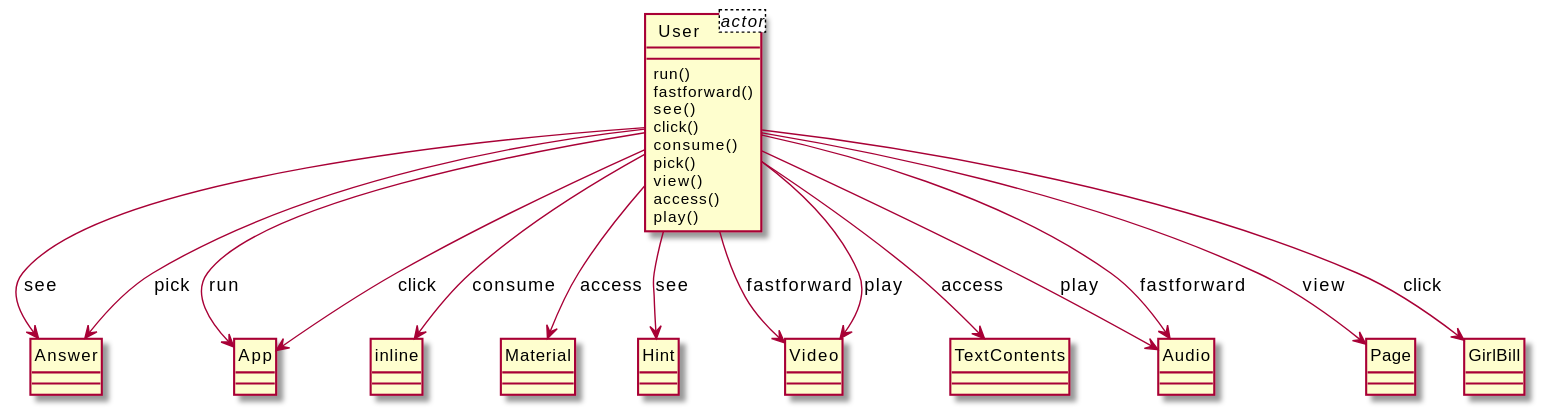
xixixhalu/DomainModelExtractor keeps this PlantUML diagram as output/diagram_5/2016-USC-Project03.svg. Above is the earlier version.
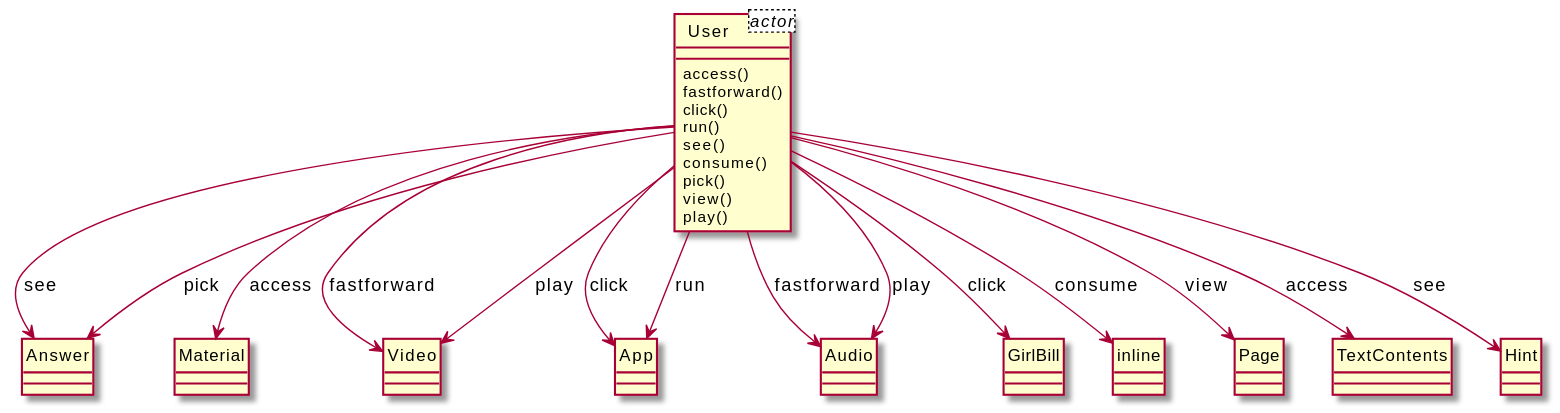
After the change.

The edit, as a diff of the source:
```diff
@@ -3,48 +3,48 @@
 class User<actor> {
 }
 class User {
+	access()
+	fastforward()
+	click()
 	run()
-	fastforward()
 	see()
-	click()
 	consume()
 	pick()
 	view()
-	access()
 	play()
 }
 class Answer {
 }
+class Material {
+}
+class Video {
+}
 class App {
+}
+class Audio {
+}
+class GirlBill {
 }
 class inline {
 }
-class Material {
+class Page {
+}
+class TextContents {
 }
 class Hint {
 }
-class Video {
-}
-class TextContents {
-}
-class Audio {
-}
-class Page {
-}
-class GirlBill {
-}
+User --> App : click
+User --> Answer : see
+User --> Audio : fastforward
+User --> App : run
 User --> Material : access
+User --> TextContents : access
+User --> Answer : pick
+User --> inline : consume
 User --> Audio : play
-User --> Answer : see
 User --> Video : fastforward
-User --> App : run
+User --> Video : play
 User --> Page : view
-User --> Answer : pick
-User --> App : click
+User --> GirlBill : click
 User --> Hint : see
-User --> TextContents : access
-User --> inline : consume
-User --> GirlBill : click
-User --> Video : play
-User --> Audio : fastforward
 @enduml
```
